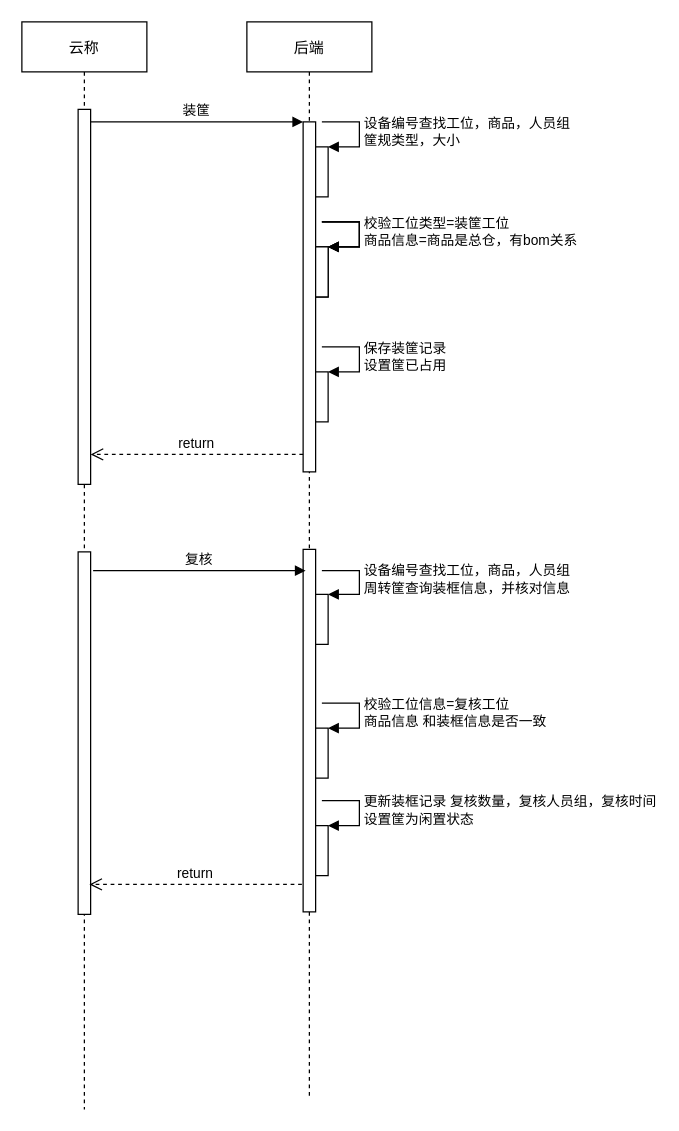
This is Untitled Diagram.drawio from kangbrother/cavas-map, a draw.io file, before an edit. Source tidied: cells renumbered, new cells numbered last; positions are measured from the earlier drawing's top-left corner, leaving out a move shared by most shapes. Both pictures are drawn from the tidied source at 125%, with x=0, y=0 at pixel (21, 21).
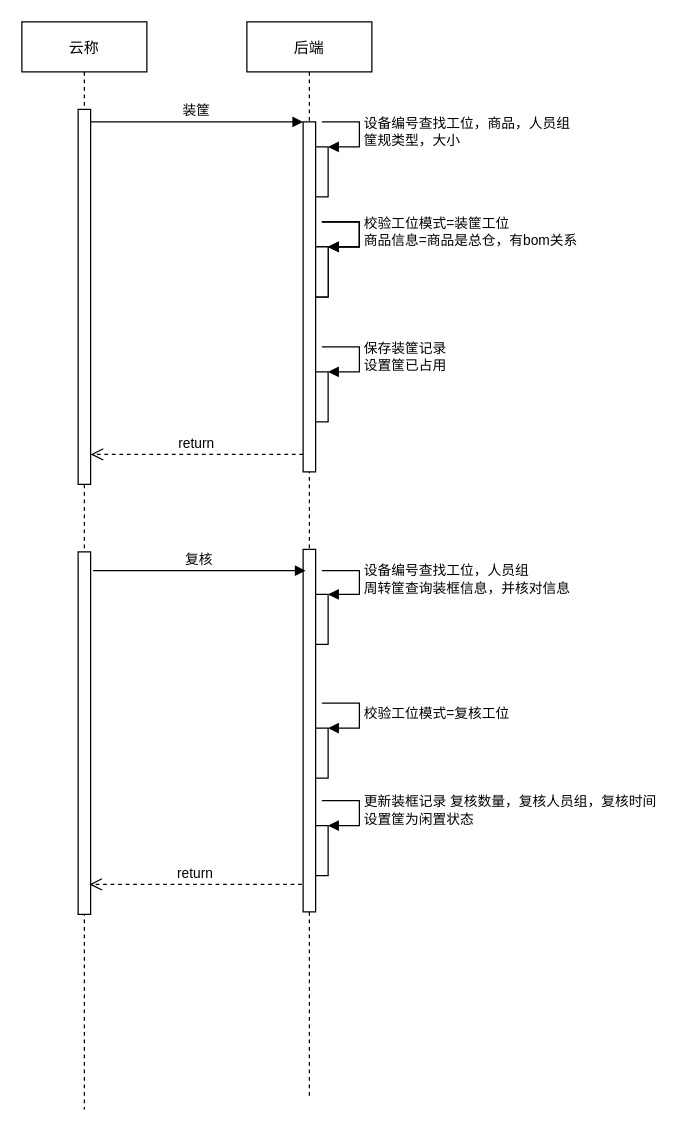
The same page after the edit.

Unchanged cells that the change refers to:
```xml
<mxCell id="5" value="后端" style="shape=umlLifeline;perimeter=lifelinePerimeter;rounded=0;shadow=0;strokeWidth=1;" parent="1" vertex="1">
  <mxGeometry x="180" width="100" height="860" as="geometry" />
</mxCell>
<mxCell id="9" style="html=1;points=[];perimeter=orthogonalPerimeter;" parent="5" vertex="1">
  <mxGeometry x="55" y="180" width="10" height="40" as="geometry" />
</mxCell>
<mxCell id="18" style="html=1;points=[];perimeter=orthogonalPerimeter;" parent="5" vertex="1">
  <mxGeometry x="55" y="458" width="10" height="40" as="geometry" />
</mxCell>
<mxCell id="20" style="html=1;points=[];perimeter=orthogonalPerimeter;" parent="5" vertex="1">
  <mxGeometry x="55" y="565" width="10" height="40" as="geometry" />
</mxCell>
```

Diff of the diagram source:
```diff
@@
-    <mxCell id="10" value="校验工位类型=装筐工位&lt;br&gt;商品信息=商品是总仓，有bom关系" style="edgeStyle=orthogonalEdgeStyle;html=1;align=left;spacingLeft=2;endArrow=block;rounded=0;entryX=1;entryY=0;" parent="5" edge="1" target="9">
+    <mxCell id="10" value="校验工位模式=装筐工位&lt;br&gt;商品信息=商品是总仓，有bom关系" style="edgeStyle=orthogonalEdgeStyle;html=1;align=left;spacingLeft=2;endArrow=block;rounded=0;entryX=1;entryY=0;" parent="5" edge="1" target="9">
       <mxGeometry relative="1" as="geometry">
         <mxPoint x="60" y="160" as="sourcePoint" />
         <Array as="points">
           <mxPoint x="90" y="160" />
         </Array>
       </mxGeometry>
     </mxCell>
@@
-    <mxCell id="19" value="设备编号查找工位，商品，人员组&lt;br&gt;周转筐查询装框信息，并核对信息" style="edgeStyle=orthogonalEdgeStyle;html=1;align=left;spacingLeft=2;endArrow=block;rounded=0;entryX=1;entryY=0;" parent="5" edge="1" target="18">
+    <mxCell id="19" value="设备编号查找工位，人员组&lt;br&gt;周转筐查询装框信息，并核对信息" style="edgeStyle=orthogonalEdgeStyle;html=1;align=left;spacingLeft=2;endArrow=block;rounded=0;entryX=1;entryY=0;" parent="5" edge="1" target="18">
       <mxGeometry relative="1" as="geometry">
         <mxPoint x="60" y="439" as="sourcePoint" />
         <Array as="points">
           <mxPoint x="90" y="439" />
         </Array>
       </mxGeometry>
     </mxCell>
@@
-    <mxCell id="21" value="校验工位信息=复核工位&lt;br&gt;商品信息 和装框信息是否一致" style="edgeStyle=orthogonalEdgeStyle;html=1;align=left;spacingLeft=2;endArrow=block;rounded=0;entryX=1;entryY=0;" parent="5" edge="1" target="20">
+    <mxCell id="21" value="校验工位模式=复核工位" style="edgeStyle=orthogonalEdgeStyle;html=1;align=left;spacingLeft=2;endArrow=block;rounded=0;entryX=1;entryY=0;" parent="5" edge="1" target="20">
       <mxGeometry relative="1" as="geometry">
         <mxPoint x="60" y="545" as="sourcePoint" />
         <Array as="points">
           <mxPoint x="90" y="545" />
         </Array>
       </mxGeometry>
     </mxCell>
```
